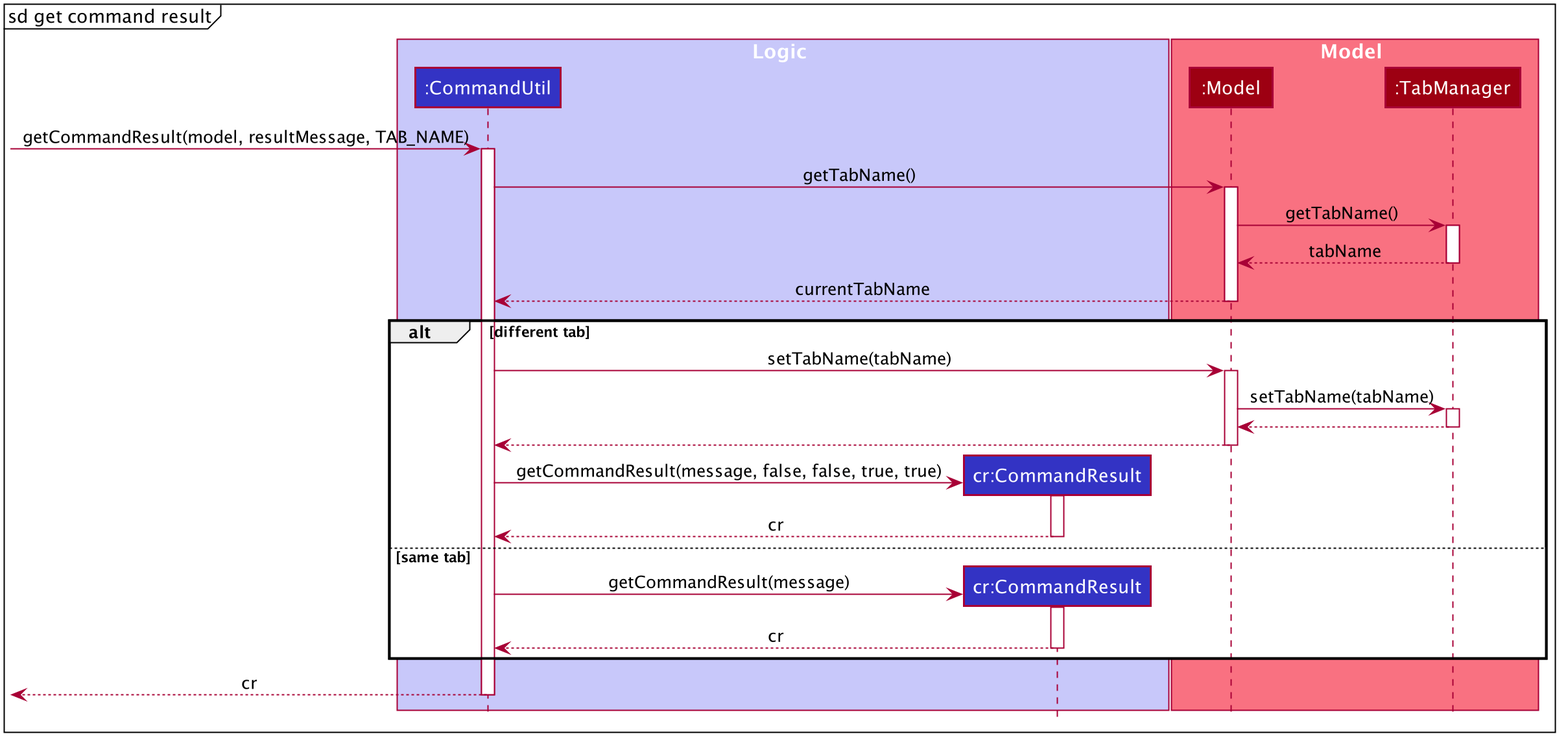
Above: docs/images/GetCommandResultSequenceDiagram.png in shawn-nyk/tp (PlantUML), before the change.
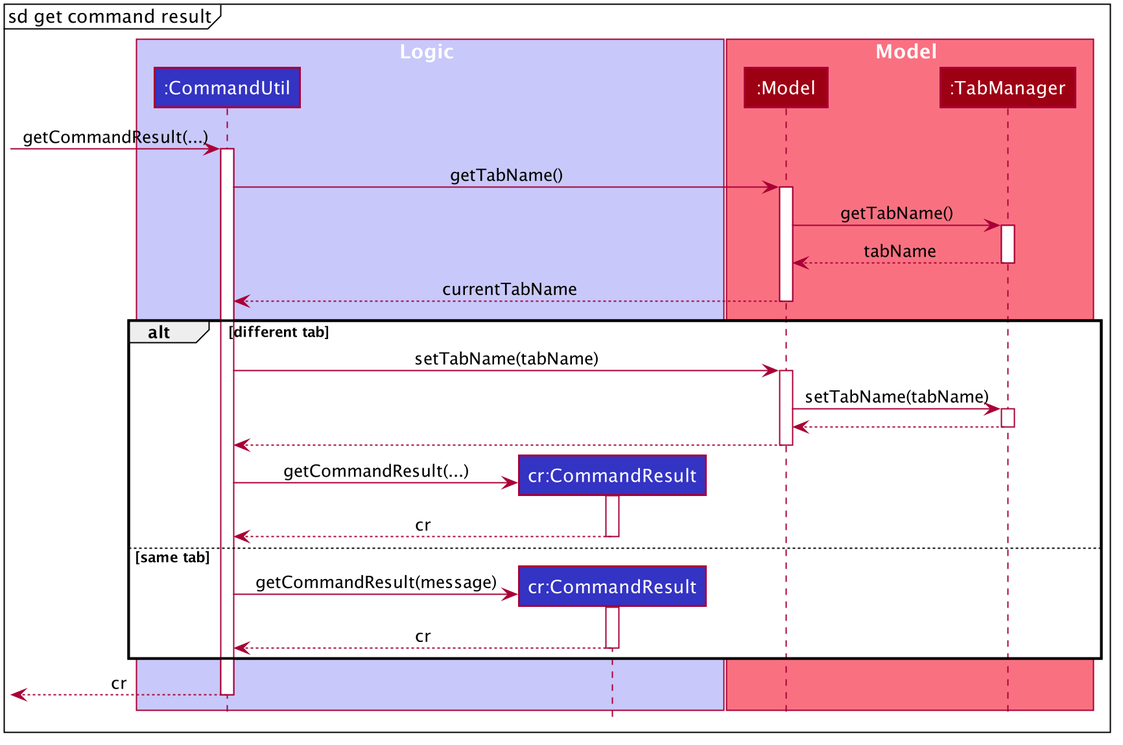
Above is the later version.

Change to the diagram source:
```diff
@@ -61,7 +61,7 @@
 
 mainframe sd get command result
 
-[-> CommandUtil : getCommandResult(model, resultMessage, TAB_NAME)
+[-> CommandUtil : getCommandResult(...)
 activate CommandUtil
 
 CommandUtil -> Model : getTabName()
@@ -84,7 +84,7 @@
     deactivate Model
 
     create CommandResult
-    CommandUtil -> CommandResult : getCommandResult(message, false, false, true, true)
+    CommandUtil -> CommandResult : getCommandResult(...)
     activate CommandResult
     CommandResult --> CommandUtil : cr
     deactivate CommandResult
```
